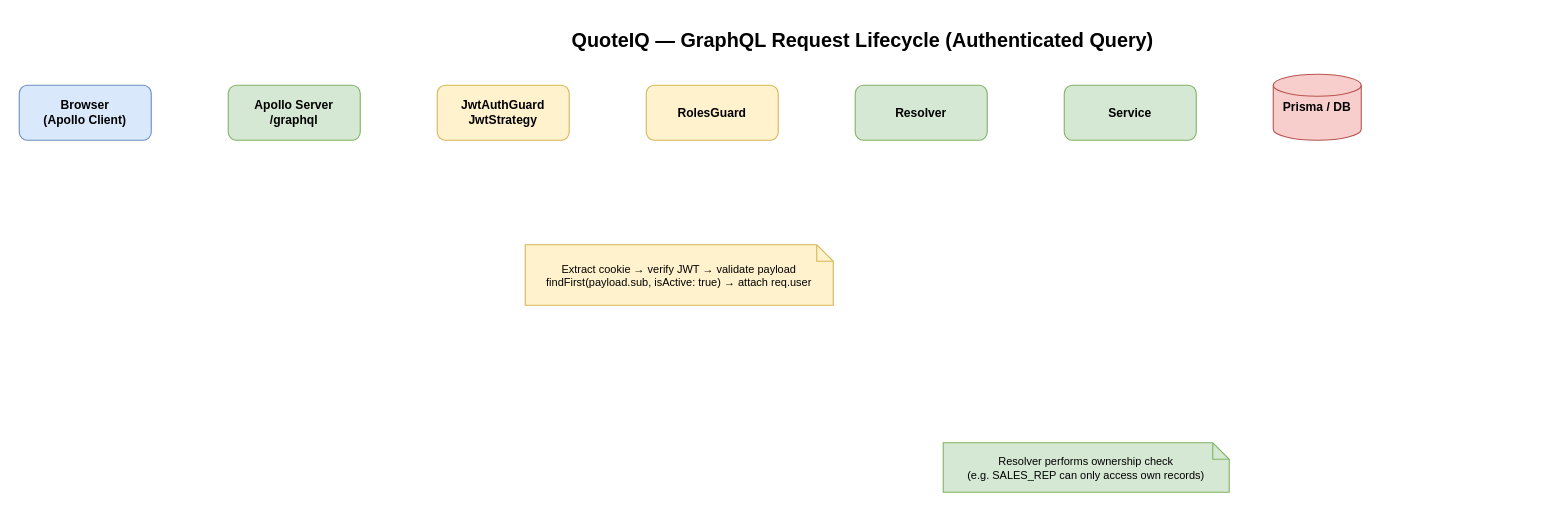
Above: docs/drawio/sequence-request-lifecycle.drawio in Eunice-Amirtharajan/quote-iq (draw.io), before the change. Source tidied: cells renumbered, new cells numbered last; positions are measured from the earlier drawing's top-left corner, leaving out a move shared by most shapes. Both pictures are drawn from the tidied source at 110%, with x=0, y=0 at pixel (19, 19).
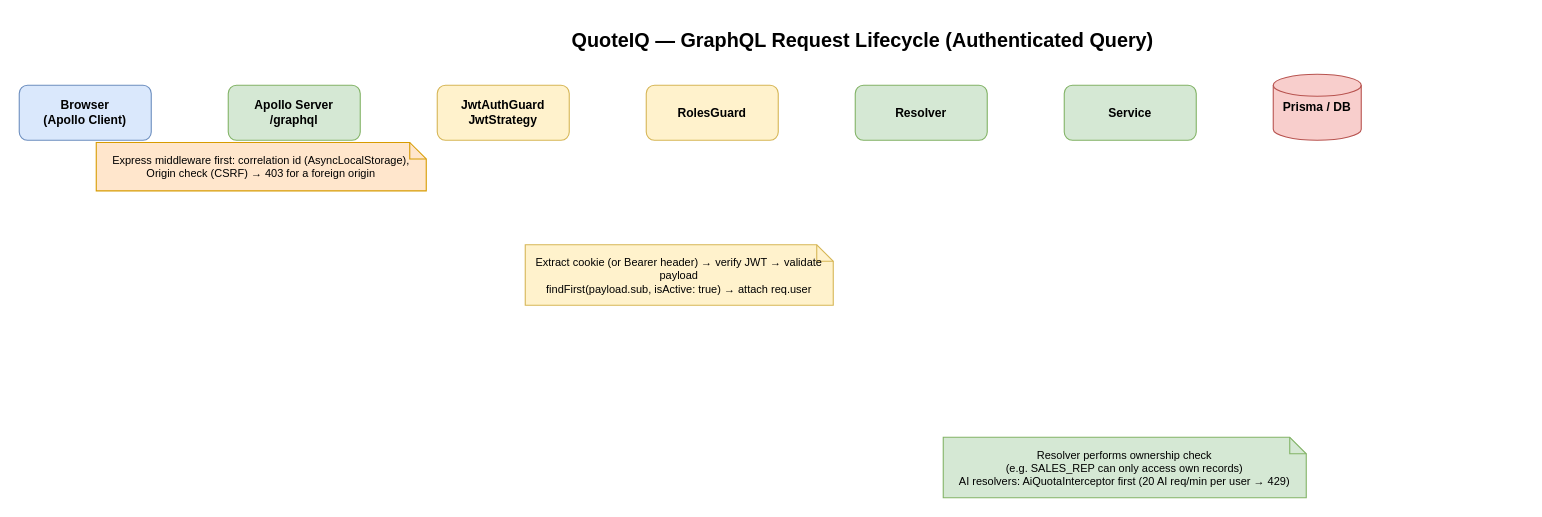
After the change.

The change refers to these unchanged cells:
```xml
<mxCell id="19" value="Parse GraphQL operation" style="edgeStyle=orthogonalEdgeStyle;html=1;strokeColor=#82b366;strokeWidth=1;endArrow=open;endFill=0;" parent="1" edge="1">
  <mxGeometry relative="1" as="geometry">
    <Array as="points">
      <mxPoint x="250" y="190" />
      <mxPoint x="440" y="190" />
    </Array>
  </mxGeometry>
</mxCell>
```

The edit, as a diff of the source:
```diff
@@
+    <mxCell id="37" value="Express middleware first: correlation id (AsyncLocalStorage),&#10;Origin check (CSRF) → 403 for a foreign origin" style="shape=note;whiteSpace=wrap;html=1;backgroundOutline=1;fontSize=10;fillColor=#ffe6cc;strokeColor=#d79b00;size=15;" parent="1" vertex="1">
+      <mxGeometry x="70" y="112" width="300" height="44" as="geometry" />
+    </mxCell>
@@
-    <mxCell id="20" value="Invoke JwtAuthGuard" style="edgeLabel;html=1;fontSize=10;" parent="19" vertex="1">
+    <mxCell id="20" value="Validate (depth ≤ 8, ≤ 150 fields) → GqlThrottlerGuard (120/min/IP, else 429) → JwtAuthGuard" style="edgeLabel;html=1;fontSize=10;" parent="19" vertex="1">
       <mxGeometry relative="1" as="geometry" />
     </mxCell>
-    <mxCell id="21" value="Extract cookie → verify JWT → validate payload&#10;findFirst(payload.sub, isActive: true) → attach req.user" style="shape=note;whiteSpace=wrap;html=1;backgroundOutline=1;fontSize=10;fillColor=#fff2cc;strokeColor=#d6b656;size=15;" parent="1" vertex="1">
+    <mxCell id="21" value="Extract cookie (or Bearer header) → verify JWT → validate payload&#10;findFirst(payload.sub, isActive: true) → attach req.user" style="shape=note;whiteSpace=wrap;html=1;backgroundOutline=1;fontSize=10;fillColor=#fff2cc;strokeColor=#d6b656;size=15;" parent="1" vertex="1">
       <mxGeometry x="460" y="205" width="280" height="55" as="geometry" />
     </mxCell>
@@
-    <mxCell id="30" value="Resolver performs ownership check&#10;(e.g. SALES_REP can only access own records)" style="shape=note;whiteSpace=wrap;html=1;backgroundOutline=1;fontSize=10;fillColor=#d5e8d4;strokeColor=#82b366;size=15;" parent="1" vertex="1">
-      <mxGeometry x="840" y="385" width="260" height="45" as="geometry" />
+    <mxCell id="30" value="Resolver performs ownership check&#10;(e.g. SALES_REP can only access own records)&#10;AI resolvers: AiQuotaInterceptor first (20 AI req/min per user → 429)" style="shape=note;whiteSpace=wrap;html=1;backgroundOutline=1;fontSize=10;fillColor=#d5e8d4;strokeColor=#82b366;size=15;" parent="1" vertex="1">
+      <mxGeometry x="840" y="380" width="330" height="55" as="geometry" />
     </mxCell>
```
